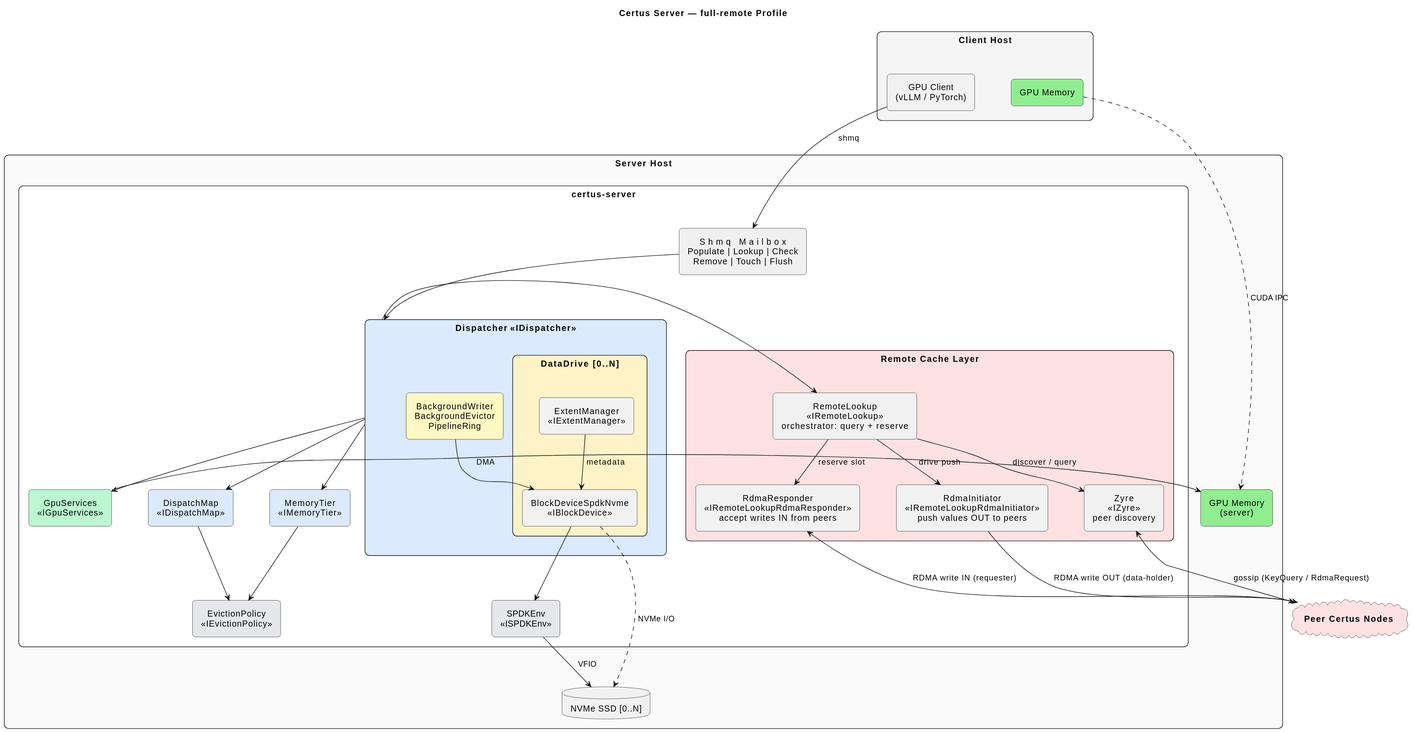
Before: design/profiles/full-remote/certus-server-deployment.svg, a diagram exported from PlantUML (AI-native-Systems-Research/ai-native-storage-certus).
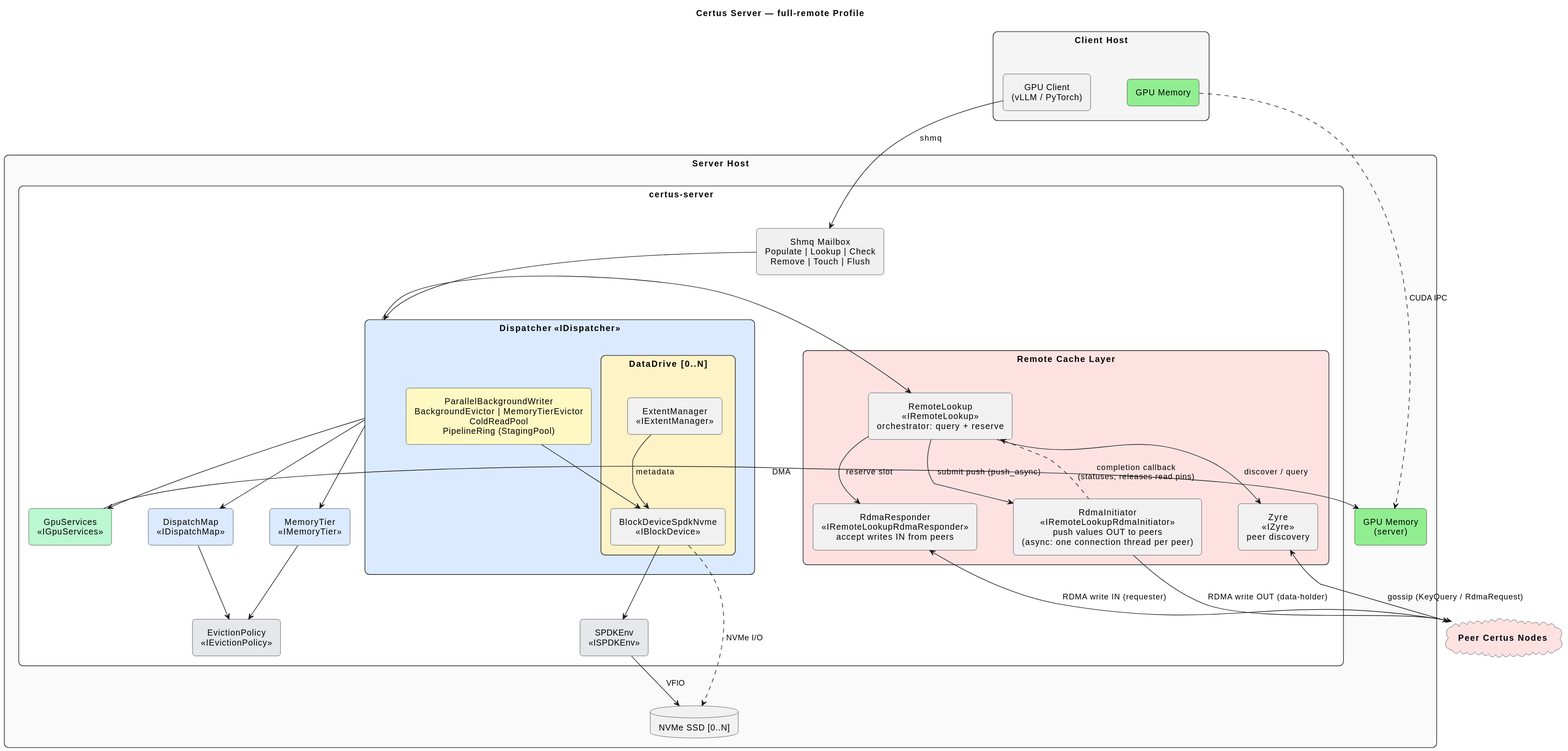
Above is the later version.

The edit, as a diff of the source:
```diff
@@ -22,14 +22,14 @@
 
     rectangle "certus-server" as server_proc #White {
 
-        agent "gRPC Service (tonic)\nPopulate | Lookup | Check\nRemove | Touch | Flush" as grpc #F0F0F0
+        agent "Shmq Mailbox\nPopulate | Lookup | Check\nRemove | Touch | Flush" as shmq #F0F0F0
 
         rectangle "**Dispatcher** <<IDispatcher>>" as dispatcher #DBEAFE {
             rectangle "DataDrive [0..N]" as data_drive #FEF3C7 {
                 agent "BlockDeviceSpdkNvme\n<<IBlockDevice>>" as blkdev
                 agent "ExtentManager\n<<IExtentManager>>" as extmgr
             }
-            agent "BackgroundWriter\nBackgroundEvictor\nPipelineRing" as disp_bg #FEF9C3
+            agent "ParallelBackgroundWriter\nBackgroundEvictor | MemoryTierEvictor\nColdReadPool\nPipelineRing (StagingPool)" as disp_bg #FEF9C3
         }
 
         agent "DispatchMap\n<<IDispatchMap>>" as dispatch_map #DBEAFE
@@ -40,7 +40,7 @@
 
         rectangle "**Remote Cache Layer**" as remote_box #FEE2E2 {
             agent "RemoteLookup\n<<IRemoteLookup>>\norchestrator: query + reserve" as remote_lookup
-            agent "RdmaInitiator\n<<IRemoteLookupRdmaInitiator>>\npush values OUT to peers" as remote_initiator
+            agent "RdmaInitiator\n<<IRemoteLookupRdmaInitiator>>\npush values OUT to peers\n(async: one connection thread per peer)" as remote_initiator
             agent "RdmaResponder\n<<IRemoteLookupRdmaResponder>>\naccept writes IN from peers" as remote_responder
             agent "Zyre\n<<IZyre>>\npeer discovery" as remote_zyre
         }
@@ -53,10 +53,10 @@
 cloud "**Peer Certus Nodes**" as peers #FEE2E2
 
 
-pyclient -down-> grpc : gRPC
+pyclient -down-> shmq : shmq
 client_gpu .down.> server_gpu : CUDA IPC
 
-grpc -down-> dispatcher
+shmq -down-> dispatcher
 
 dispatcher -down-> dispatch_map
 dispatcher -down-> memory_tier
@@ -70,7 +70,8 @@
 blkdev -down-> spdk_env
 extmgr --> blkdev : metadata
 
-remote_lookup -down-> remote_initiator : drive push
+remote_lookup -down-> remote_initiator : submit push (push_async)
+remote_initiator .up.> remote_lookup : completion callback\n(statuses; releases read pins)
 remote_lookup -down-> remote_responder : reserve slot
 remote_lookup -down-> remote_zyre : discover / query
 
```
